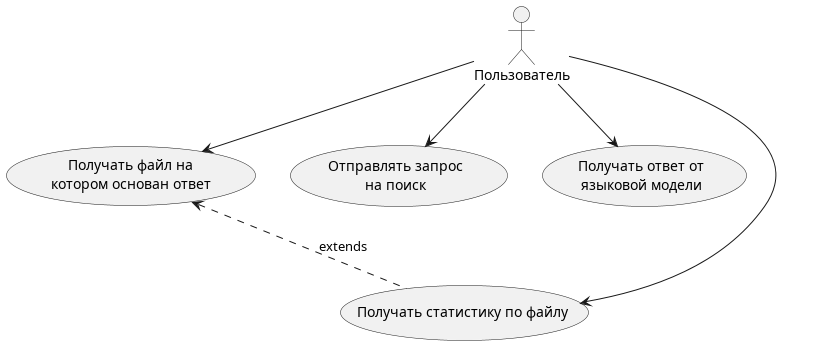
This is backend/docs/images/usecase.png from hareckii/NLP, a PlantUML export, as it was before one commit. The source it was exported from:
```plantuml
@startuml usecase

:Пользователь: as user

user-down->(Отправлять запрос\nна поиск)
user-down->(Получать ответ от\nязыковой модели)
user-down->(Получать файл на\nкотором основан ответ)
(Получать статистику по файлу) .up.> (Получать файл на\nкотором основан ответ): extends
user-down->(Получать статистику по файлу)

@enduml
```
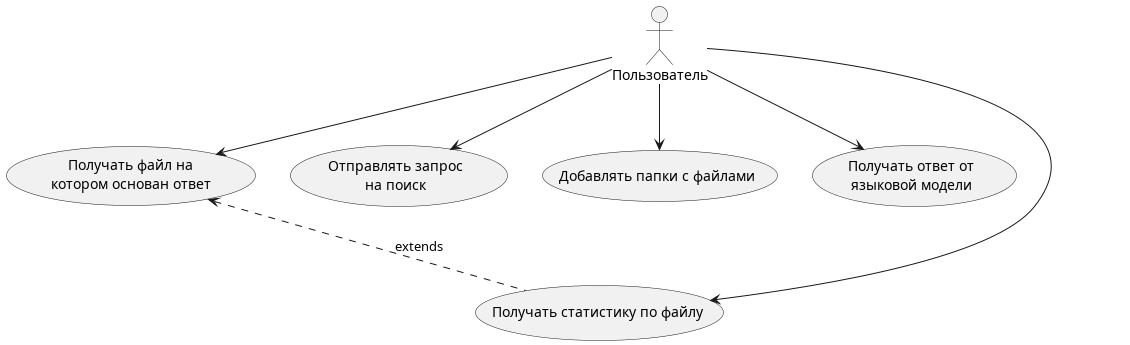
The same diagram one commit later.

The edit, as a diff of the source:
```diff
@@ -3,6 +3,7 @@
 :Пользователь: as user
 
 user-down->(Отправлять запрос\nна поиск)
+user-down->(Добавлять папки с файлами)
 user-down->(Получать ответ от\nязыковой модели)
 user-down->(Получать файл на\nкотором основан ответ)
 (Получать статистику по файлу) .up.> (Получать файл на\nкотором основан ответ): extends
```
